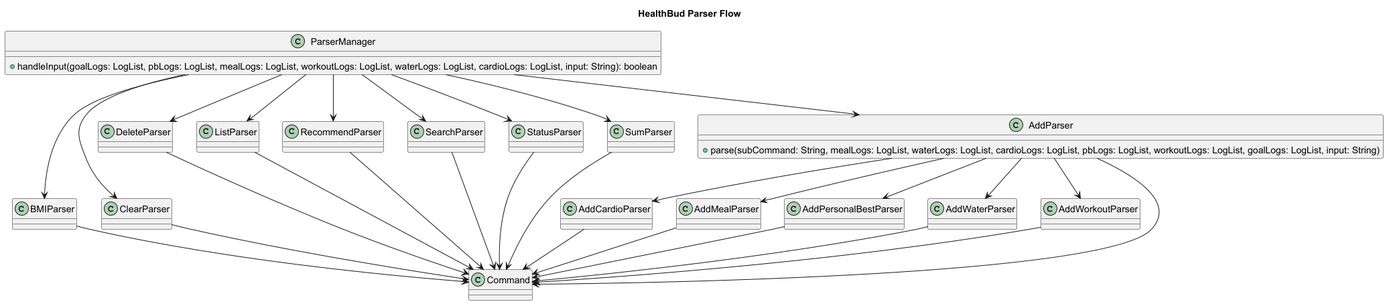
Above: docs/images/ParserCD.png in Jasonlobo21/tp (PlantUML), before the change. Source of this version:
```plantuml
@startuml
title HealthBud Parser Flow
skinparam defaultFontSize 14
skinparam arrowThickness 1

class ParserManager {
  +handleInput(goalLogs: LogList, pbLogs: LogList, mealLogs: LogList, workoutLogs: LogList, waterLogs: LogList, cardioLogs: LogList, input: String): boolean
}

class BMIParser {
}
class ClearParser {
}
class DeleteParser {
}
class ListParser {
}
class RecommendParser {
}
class SearchParser {
}
class StatusParser {
}
class SumParser {
}

class AddParser {
  +parse(subCommand: String, mealLogs: LogList, waterLogs: LogList, cardioLogs: LogList, pbLogs: LogList, workoutLogs: LogList, goalLogs: LogList, input: String)
}

class AddCardioParser {
}
class AddMealParser {
}
class AddPersonalBestParser {
}
class AddWaterParser {
}
class AddWorkoutParser {
}

class Command {
}

ParserManager --> BMIParser
ParserManager --> ClearParser
ParserManager --> DeleteParser
ParserManager --> ListParser
ParserManager --> RecommendParser
ParserManager --> SearchParser
ParserManager --> StatusParser
ParserManager --> SumParser
ParserManager --> AddParser

AddParser --> AddCardioParser
AddParser --> AddMealParser
AddParser --> AddPersonalBestParser
AddParser --> AddWaterParser
AddParser --> AddWorkoutParser

BMIParser --> Command
ClearParser --> Command
DeleteParser --> Command
ListParser --> Command
RecommendParser --> Command
SearchParser --> Command
StatusParser --> Command
SumParser --> Command
AddParser --> Command
AddCardioParser --> Command
AddMealParser --> Command
AddPersonalBestParser --> Command
AddWaterParser --> Command
AddWorkoutParser --> Command

@enduml
```
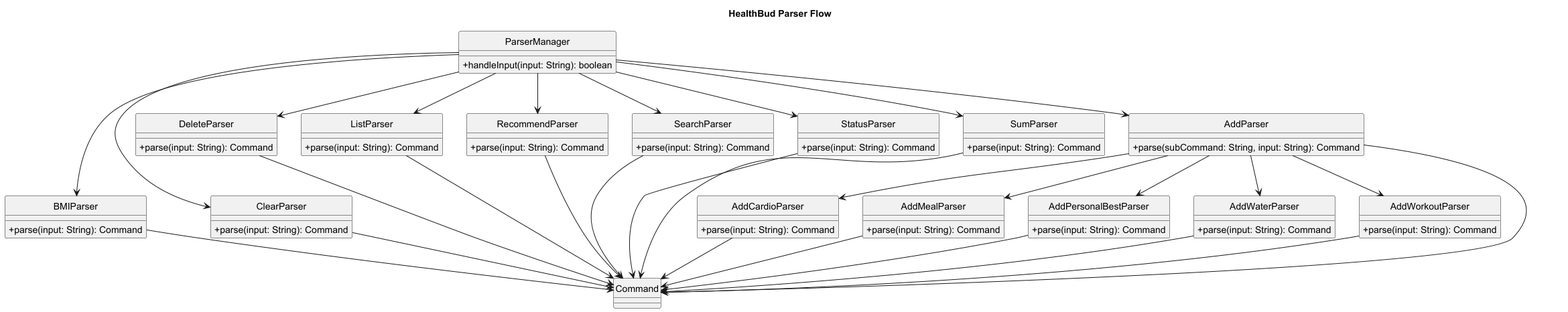
Later version of the same file.

What changed in the source:
```diff
@@ -1,42 +1,56 @@
 @startuml
+hide circle
+skinparam classAttributeIconSize 0
 title HealthBud Parser Flow
 skinparam defaultFontSize 14
 skinparam arrowThickness 1
 
 class ParserManager {
-  +handleInput(goalLogs: LogList, pbLogs: LogList, mealLogs: LogList, workoutLogs: LogList, waterLogs: LogList, cardioLogs: LogList, input: String): boolean
+  +handleInput(input: String): boolean
 }
 
 class BMIParser {
+  +parse(input: String): Command
 }
 class ClearParser {
+  +parse(input: String): Command
 }
 class DeleteParser {
+  +parse(input: String): Command
 }
 class ListParser {
+  +parse(input: String): Command
 }
 class RecommendParser {
+  +parse(input: String): Command
 }
 class SearchParser {
+  +parse(input: String): Command
 }
 class StatusParser {
+  +parse(input: String): Command
 }
 class SumParser {
+  +parse(input: String): Command
 }
 
 class AddParser {
-  +parse(subCommand: String, mealLogs: LogList, waterLogs: LogList, cardioLogs: LogList, pbLogs: LogList, workoutLogs: LogList, goalLogs: LogList, input: String)
+  +parse(subCommand: String, input: String): Command
 }
-
 class AddCardioParser {
+  +parse(input: String): Command
 }
 class AddMealParser {
+  +parse(input: String): Command
 }
 class AddPersonalBestParser {
+  +parse(input: String): Command
 }
 class AddWaterParser {
+  +parse(input: String): Command
 }
 class AddWorkoutParser {
+  +parse(input: String): Command
 }
 
 class Command {
```
